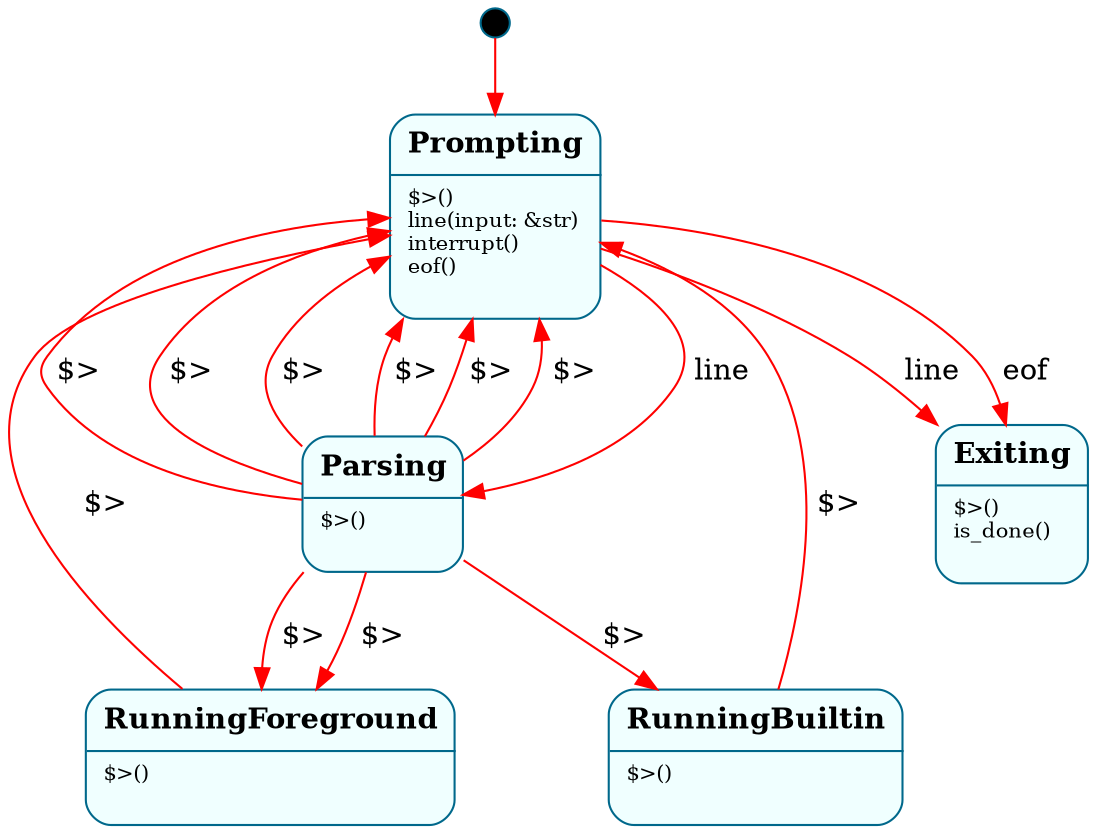
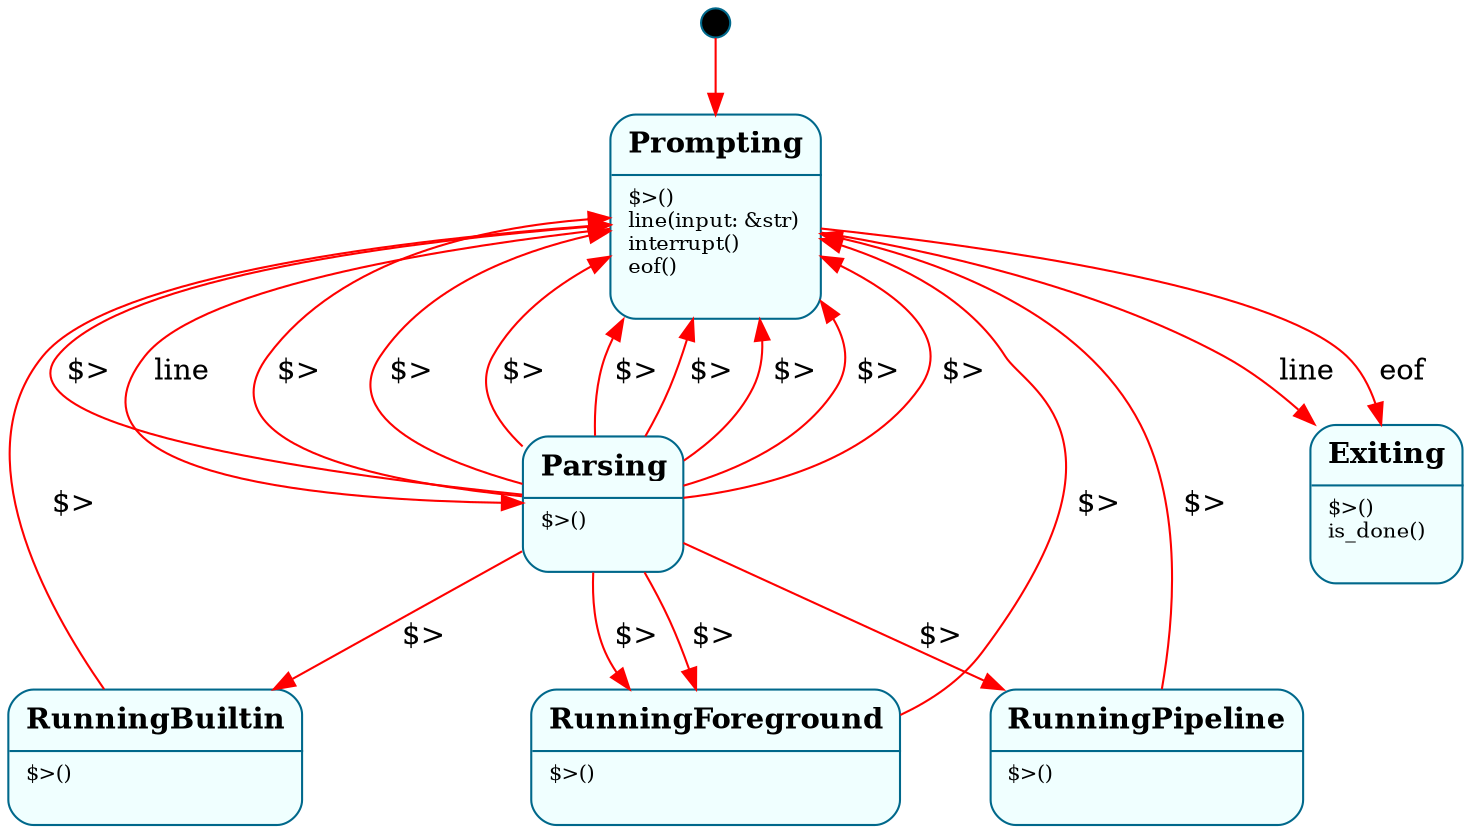
digraph Shell {
    compound=true
    node [color="deepskyblue4" style="rounded, filled" fillcolor="azure"]
    edge[color="red"]

    Entry[width=0.2 shape="circle" style="filled" fillcolor="black" label=""]
    Entry -> Prompting

    Prompting [label = <
        <table CELLBORDER="0" CELLPADDING="5" style="rounded">
            <tr><td><b>Prompting</b></td></tr>
            <hr/>
            <tr><td align="left"><font point-size="10">
$&gt;()<br ALIGN="LEFT"/>line(input: &amp;str)<br ALIGN="LEFT"/>interrupt()<br ALIGN="LEFT"/>eof()<br ALIGN="LEFT"/>
            </font></td></tr>
        </table>
    > margin=0 shape=none]
    Parsing [label = <
        <table CELLBORDER="0" CELLPADDING="5" style="rounded">
            <tr><td><b>Parsing</b></td></tr>
            <hr/>
            <tr><td align="left"><font point-size="10">
$&gt;()<br ALIGN="LEFT"/>
            </font></td></tr>
        </table>
    > margin=0 shape=none]
    RunningBuiltin [label = <
        <table CELLBORDER="0" CELLPADDING="5" style="rounded">
            <tr><td><b>RunningBuiltin</b></td></tr>
            <hr/>
            <tr><td align="left"><font point-size="10">
$&gt;()<br ALIGN="LEFT"/>
            </font></td></tr>
        </table>
    > margin=0 shape=none]
+     RunningPipeline [label = <
+         <table CELLBORDER="0" CELLPADDING="5" style="rounded">
+             <tr><td><b>RunningPipeline</b></td></tr>
+             <hr/>
+             <tr><td align="left"><font point-size="10">
+ $&gt;()<br ALIGN="LEFT"/>
+             </font></td></tr>
+         </table>
+     > margin=0 shape=none]
    RunningForeground [label = <
        <table CELLBORDER="0" CELLPADDING="5" style="rounded">
            <tr><td><b>RunningForeground</b></td></tr>
            <hr/>
            <tr><td align="left"><font point-size="10">
$&gt;()<br ALIGN="LEFT"/>
            </font></td></tr>
        </table>
    > margin=0 shape=none]
    Exiting [label = <
        <table CELLBORDER="0" CELLPADDING="5" style="rounded">
            <tr><td><b>Exiting</b></td></tr>
            <hr/>
            <tr><td align="left"><font point-size="10">
$&gt;()<br ALIGN="LEFT"/>is_done()<br ALIGN="LEFT"/>
            </font></td></tr>
        </table>
    > margin=0 shape=none]

    Prompting -> Exiting [label=" line "]
    Prompting -> Parsing [label=" line "]
    Prompting -> Exiting [label=" eof "]
    Parsing -> Prompting [label=" $> "]
    Parsing -> Prompting [label=" $> "]
+     Parsing -> Prompting [label=" $> "]
+     Parsing -> RunningPipeline [label=" $> "]
+     Parsing -> Prompting [label=" $> "]
+     Parsing -> Prompting [label=" $> "]
    Parsing -> RunningForeground [label=" $> "]
    Parsing -> Prompting [label=" $> "]
    Parsing -> RunningForeground [label=" $> "]
    Parsing -> Prompting [label=" $> "]
    Parsing -> Prompting [label=" $> "]
    Parsing -> Prompting [label=" $> "]
    Parsing -> RunningBuiltin [label=" $> "]
    RunningBuiltin -> Prompting [label=" $> "]
+     RunningPipeline -> Prompting [label=" $> "]
    RunningForeground -> Prompting [label=" $> "]
}

